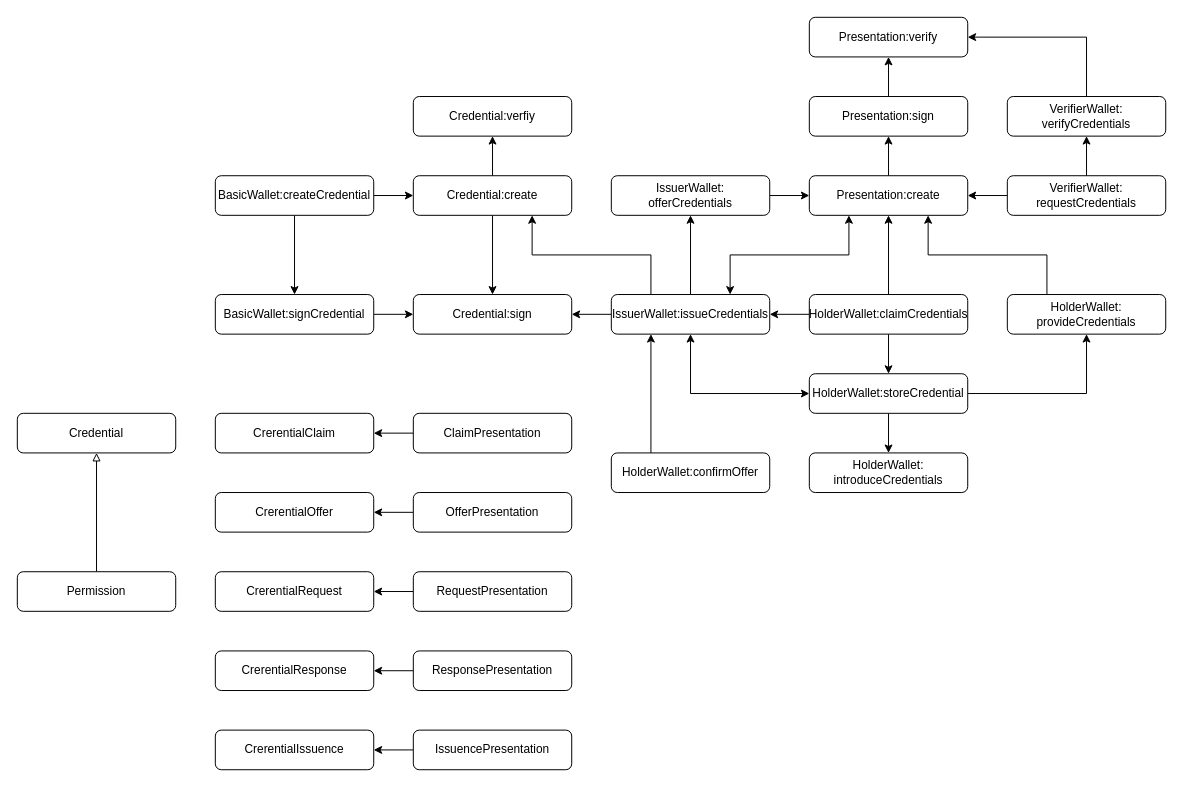
owlmeans/regov-ssi-mono keeps this draw.io diagram as page "Wallet Model" (5 of 5) of docs/MetaID Wallet.drawio. Above is the earlier version. Source tidied: cells renumbered, new cells numbered last; positions are measured from the earlier drawing's top-left corner, leaving out a move shared by most shapes. Both pictures are drawn from the tidied source at 99%, with x=0, y=0 at pixel (17, 17).
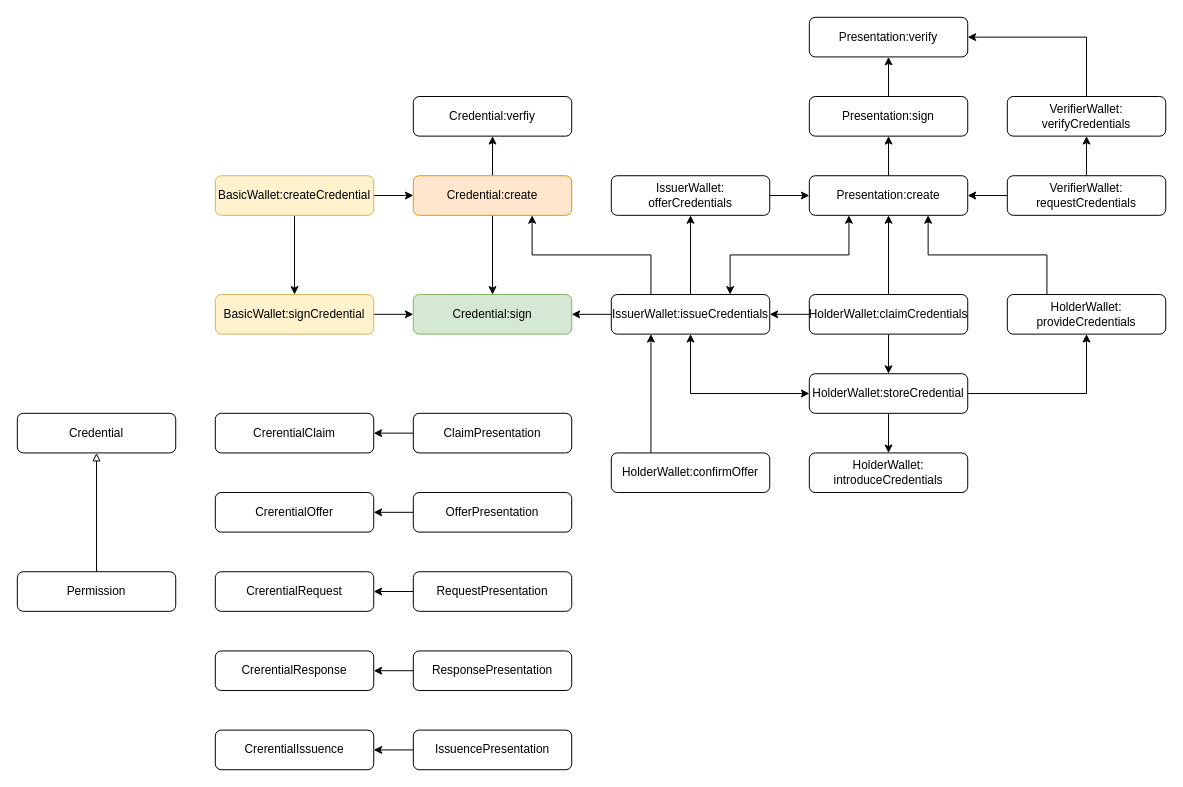
After the change.

What changed in the source:
```diff
@@
-    <mxCell id="4" value="BasicWallet:createCredential" style="rounded=1;whiteSpace=wrap;html=1;" parent="1" vertex="1">
+    <mxCell id="4" value="BasicWallet:createCredential" style="rounded=1;whiteSpace=wrap;html=1;fillColor=#fff2cc;strokeColor=#d6b656;" parent="1" vertex="1">
       <mxGeometry x="200" y="160" width="160" height="40" as="geometry" />
     </mxCell>
@@
-    <mxCell id="6" value="BasicWallet:signCredential" style="rounded=1;whiteSpace=wrap;html=1;" parent="1" vertex="1">
+    <mxCell id="6" value="BasicWallet:signCredential" style="rounded=1;whiteSpace=wrap;html=1;fillColor=#fff2cc;strokeColor=#d6b656;" parent="1" vertex="1">
       <mxGeometry x="200" y="280" width="160" height="40" as="geometry" />
     </mxCell>
@@
-    <mxCell id="9" value="Credential:create" style="rounded=1;whiteSpace=wrap;html=1;" parent="1" vertex="1">
+    <mxCell id="9" value="Credential:create" style="rounded=1;whiteSpace=wrap;html=1;fillColor=#ffe6cc;strokeColor=#d79b00;" parent="1" vertex="1">
       <mxGeometry x="400" y="160" width="160" height="40" as="geometry" />
     </mxCell>
@@
-    <mxCell id="16" value="Credential:sign" style="rounded=1;whiteSpace=wrap;html=1;" parent="1" vertex="1">
+    <mxCell id="16" value="Credential:sign" style="rounded=1;whiteSpace=wrap;html=1;fillColor=#d5e8d4;strokeColor=#82b366;" parent="1" vertex="1">
       <mxGeometry x="400" y="280" width="160" height="40" as="geometry" />
     </mxCell>
```
